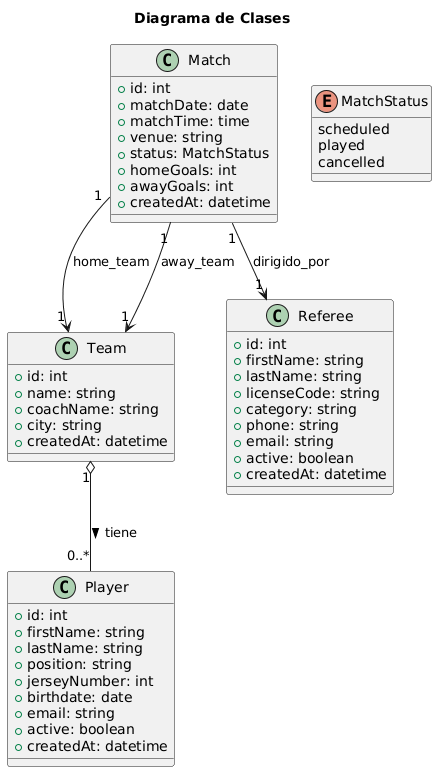
Above: modeling-and-docs/uml/export/class.png in Cfabiola25/siget (PlantUML), before the change. The source it was exported from:
```plantuml
@startuml
title Diagrama de Clases
class Team {
  +id: int
  +name: string
  +coachName: string
  +city: string
  +createdAt: datetime
}

class Player {
  +id: int
  +firstName: string
  +lastName: string
  +position: string
  +jerseyNumber: int
  +birthdate: date
  +email: string
  +active: boolean
  +createdAt: datetime
}

class Referee {
  +id: int
  +firstName: string
  +lastName: string
  +licenseCode: string
  +category: string
  +phone: string
  +email: string
  +active: boolean
  +createdAt: datetime
}

enum MatchStatus {
  scheduled
  played
  cancelled
}

class Match {
  +id: int
  +matchDate: date
  +matchTime: time
  +venue: string
  +status: MatchStatus
  +homeGoals: int
  +awayGoals: int
  +createdAt: datetime
}

Team "1" o-- "0..*" Player : tiene >
Match "1" --> "1" Team : home_team
Match "1" --> "1" Team : away_team
Match "1" --> "1" Referee : dirigido_por
@enduml
```
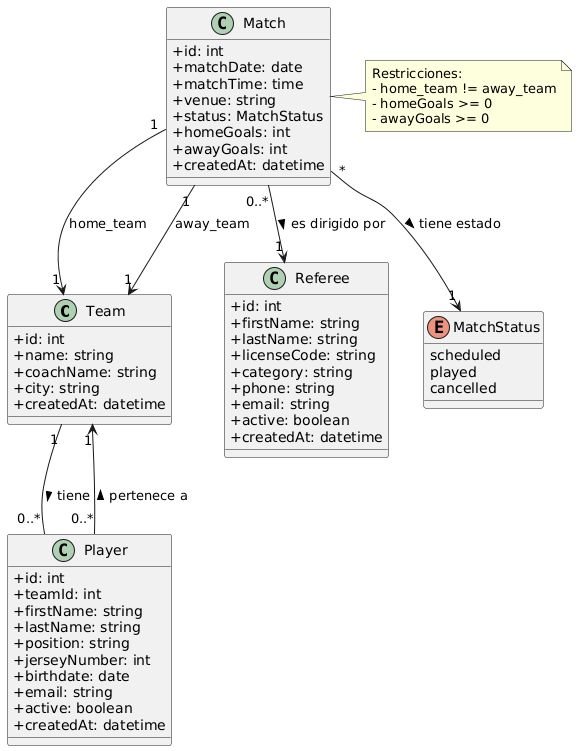
After the change.

Change to the diagram source:
```diff
@@ -1,5 +1,6 @@
 @startuml
-title Diagrama de Clases
+skinparam classAttributeIconSize 0
+
 class Team {
   +id: int
   +name: string
@@ -10,6 +11,7 @@
 
 class Player {
   +id: int
+  +teamId: int
   +firstName: string
   +lastName: string
   +position: string
@@ -49,8 +51,21 @@
   +createdAt: datetime
 }
 
-Team "1" o-- "0..*" Player : tiene >
+
+Team "1" -- "0..*" Player : tiene >
+Player "0..*" --> "1" Team : pertenece a >
+
 Match "1" --> "1" Team : home_team
 Match "1" --> "1" Team : away_team
-Match "1" --> "1" Referee : dirigido_por
+
+Match "0..*" --> "1" Referee : es dirigido por >
+
+Match "*" --> "1" MatchStatus : tiene estado >
+
+note right of Match
+  Restricciones:
+  - home_team != away_team
+  - homeGoals >= 0
+  - awayGoals >= 0
+end note
 @enduml
```
